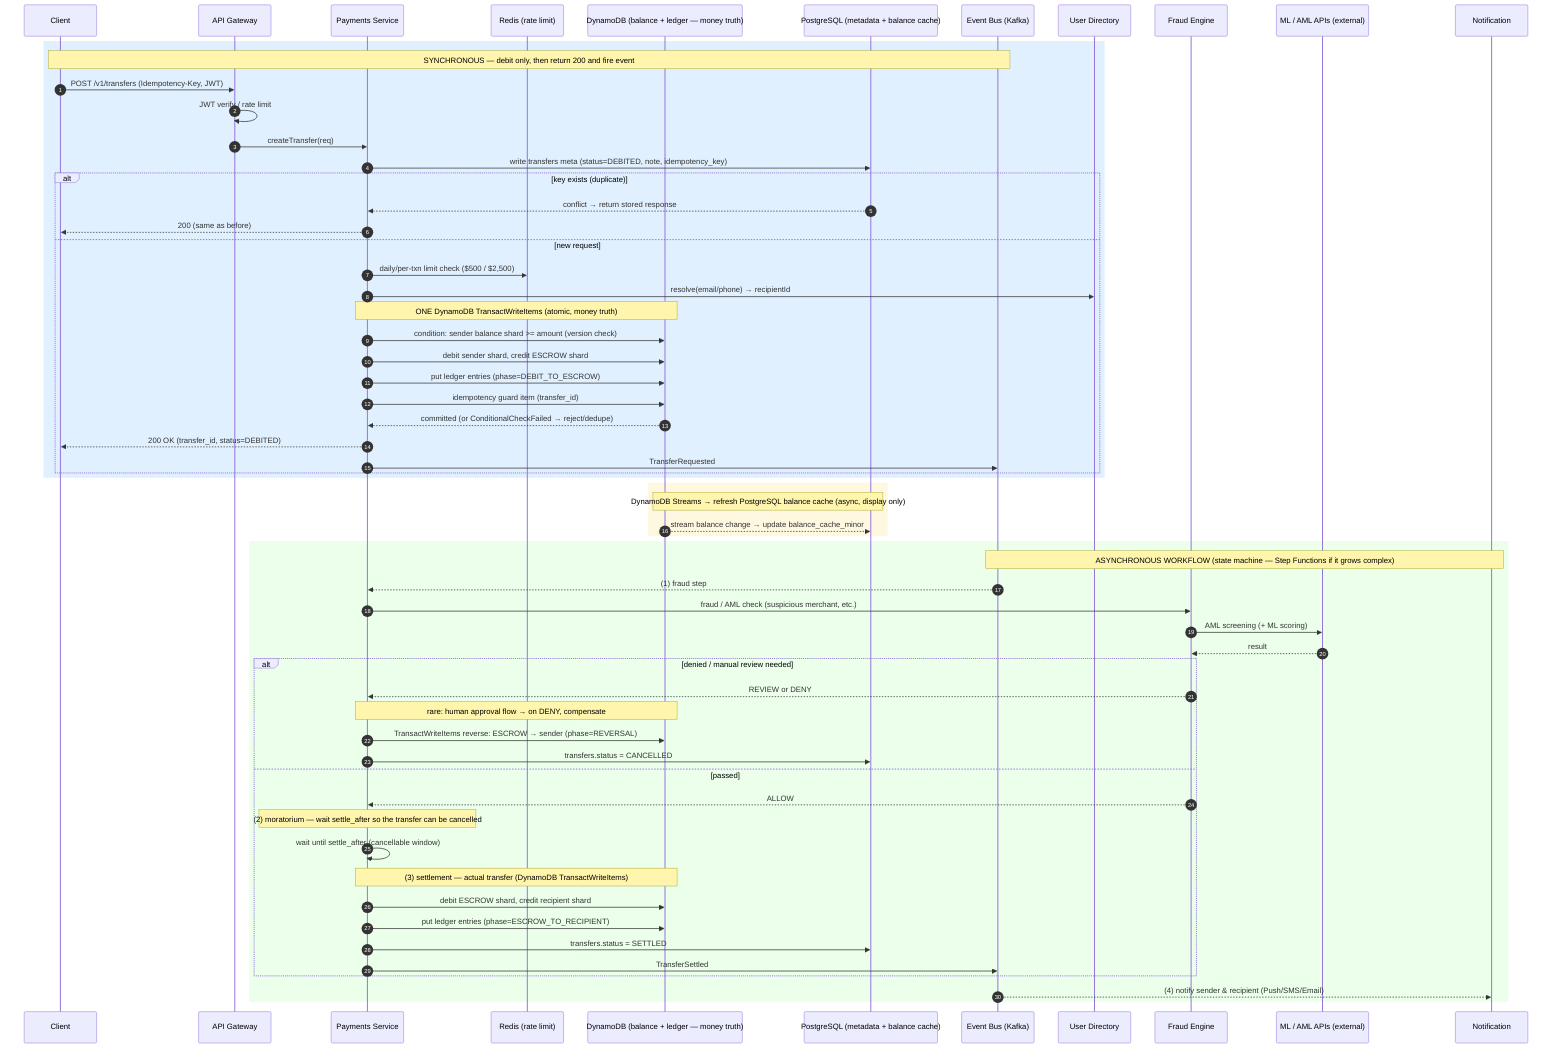
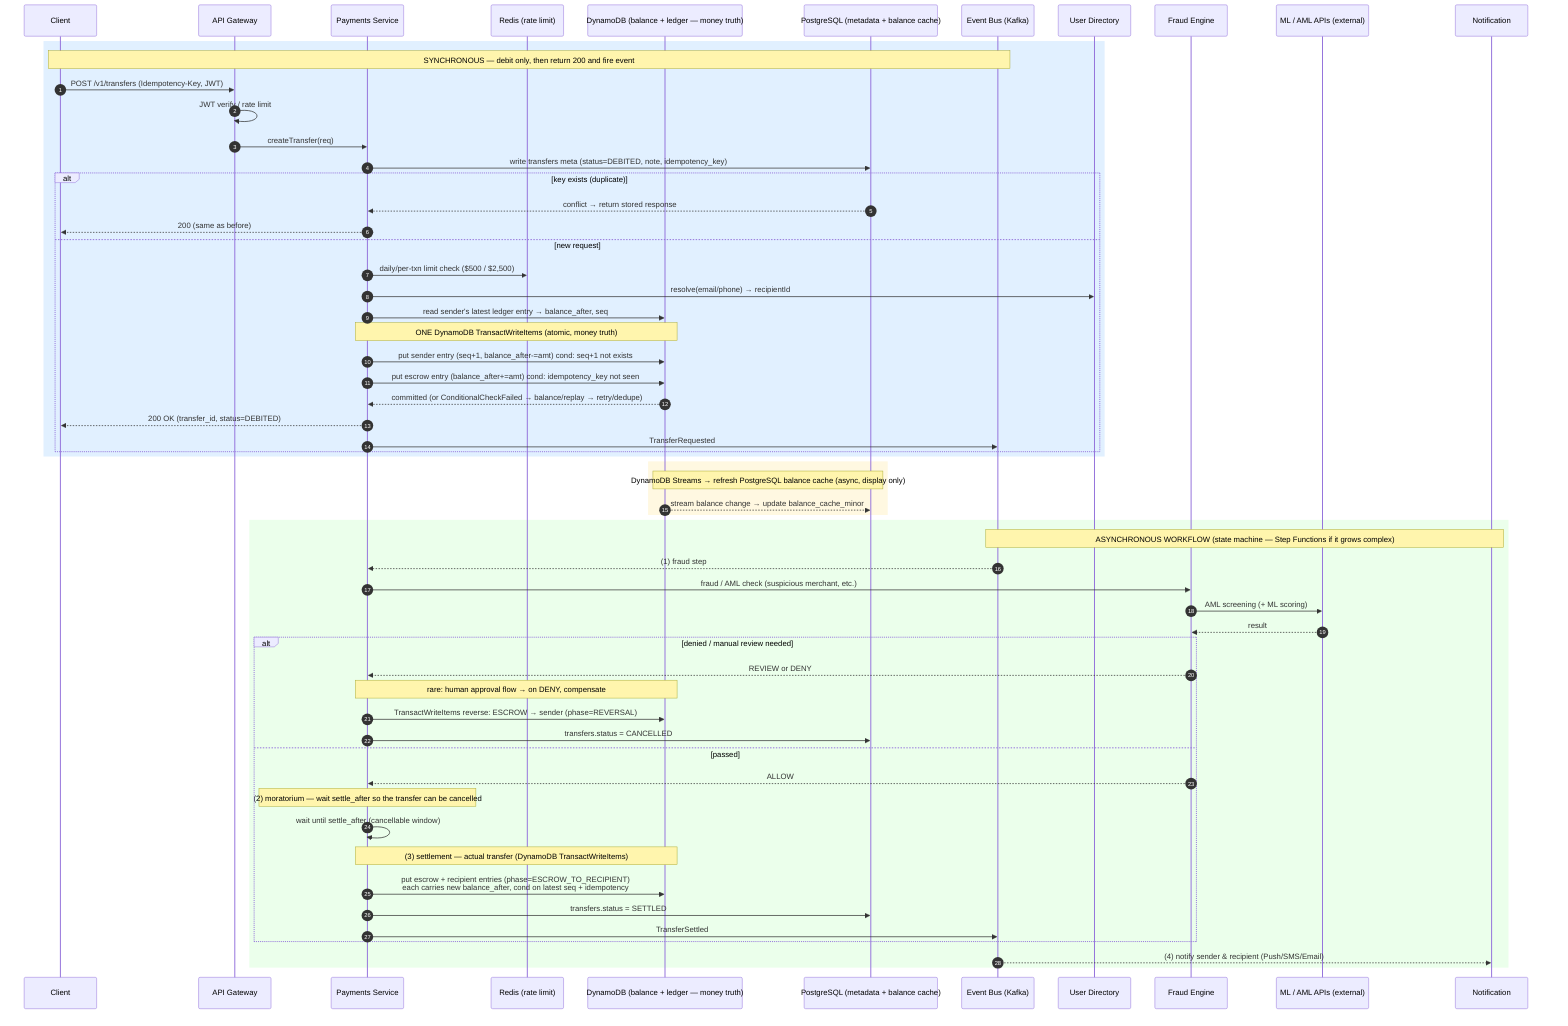
sequenceDiagram
    autonumber
    participant C as Client
    participant GW as API Gateway
    participant P as Payments Service
    participant R as Redis (rate limit)
    participant DDB as DynamoDB (balance + ledger — money truth)
    participant PG as PostgreSQL (metadata + balance cache)
    participant MQ as Event Bus (Kafka)
    participant U as User Directory
    participant F as Fraud Engine
    participant X as ML / AML APIs (external)
    participant N as Notification

    rect rgb(225, 240, 255)
    Note over C,MQ: SYNCHRONOUS — debit only, then return 200 and fire event
    C->>GW: POST /v1/transfers (Idempotency-Key, JWT)
    GW->>GW: JWT verify / rate limit
    GW->>P: createTransfer(req)
    P->>PG: write transfers meta (status=DEBITED, note, idempotency_key)
    alt key exists (duplicate)
        PG-->>P: conflict → return stored response
        P-->>C: 200 (same as before)
    else new request
        P->>R: daily/per-txn limit check ($500 / $2,500)
        P->>U: resolve(email/phone) → recipientId
+         P->>DDB: read sender's latest ledger entry → balance_after, seq
        Note over P,DDB: ONE DynamoDB TransactWriteItems (atomic, money truth)
-         P->>DDB: condition: sender balance shard >= amount (version check)
-         P->>DDB: debit sender shard, credit ESCROW shard
-         P->>DDB: put ledger entries (phase=DEBIT_TO_ESCROW)
-         P->>DDB: idempotency guard item (transfer_id)
-         DDB-->>P: committed (or ConditionalCheckFailed → reject/dedupe)
+         P->>DDB: put sender entry (seq+1, balance_after-=amt) cond: seq+1 not exists
+         P->>DDB: put escrow entry (balance_after+=amt) cond: idempotency_key not seen
+         DDB-->>P: committed (or ConditionalCheckFailed → balance/replay → retry/dedupe)
        P-->>C: 200 OK (transfer_id, status=DEBITED)
        P->>MQ: TransferRequested
    end
    end

    rect rgb(255, 248, 225)
    Note over DDB,PG: DynamoDB Streams → refresh PostgreSQL balance cache (async, display only)
    DDB-->>PG: stream balance change → update balance_cache_minor
    end

    rect rgb(235, 255, 235)
    Note over MQ,N: ASYNCHRONOUS WORKFLOW (state machine — Step Functions if it grows complex)
    MQ-->>P: (1) fraud step
    P->>F: fraud / AML check (suspicious merchant, etc.)
    F->>X: AML screening (+ ML scoring)
    X-->>F: result
    alt denied / manual review needed
        F-->>P: REVIEW or DENY
        Note over P,DDB: rare: human approval flow → on DENY, compensate
        P->>DDB: TransactWriteItems reverse: ESCROW → sender (phase=REVERSAL)
        P->>PG: transfers.status = CANCELLED
    else passed
        F-->>P: ALLOW
        Note over P: (2) moratorium — wait settle_after so the transfer can be cancelled
        P->>P: wait until settle_after (cancellable window)
        Note over P,DDB: (3) settlement — actual transfer (DynamoDB TransactWriteItems)
-         P->>DDB: debit ESCROW shard, credit recipient shard
-         P->>DDB: put ledger entries (phase=ESCROW_TO_RECIPIENT)
+         P->>DDB: put escrow + recipient entries (phase=ESCROW_TO_RECIPIENT)<br/>each carries new balance_after, cond on latest seq + idempotency
        P->>PG: transfers.status = SETTLED
        P->>MQ: TransferSettled
    end
    MQ-->>N: (4) notify sender & recipient (Push/SMS/Email)
    end
